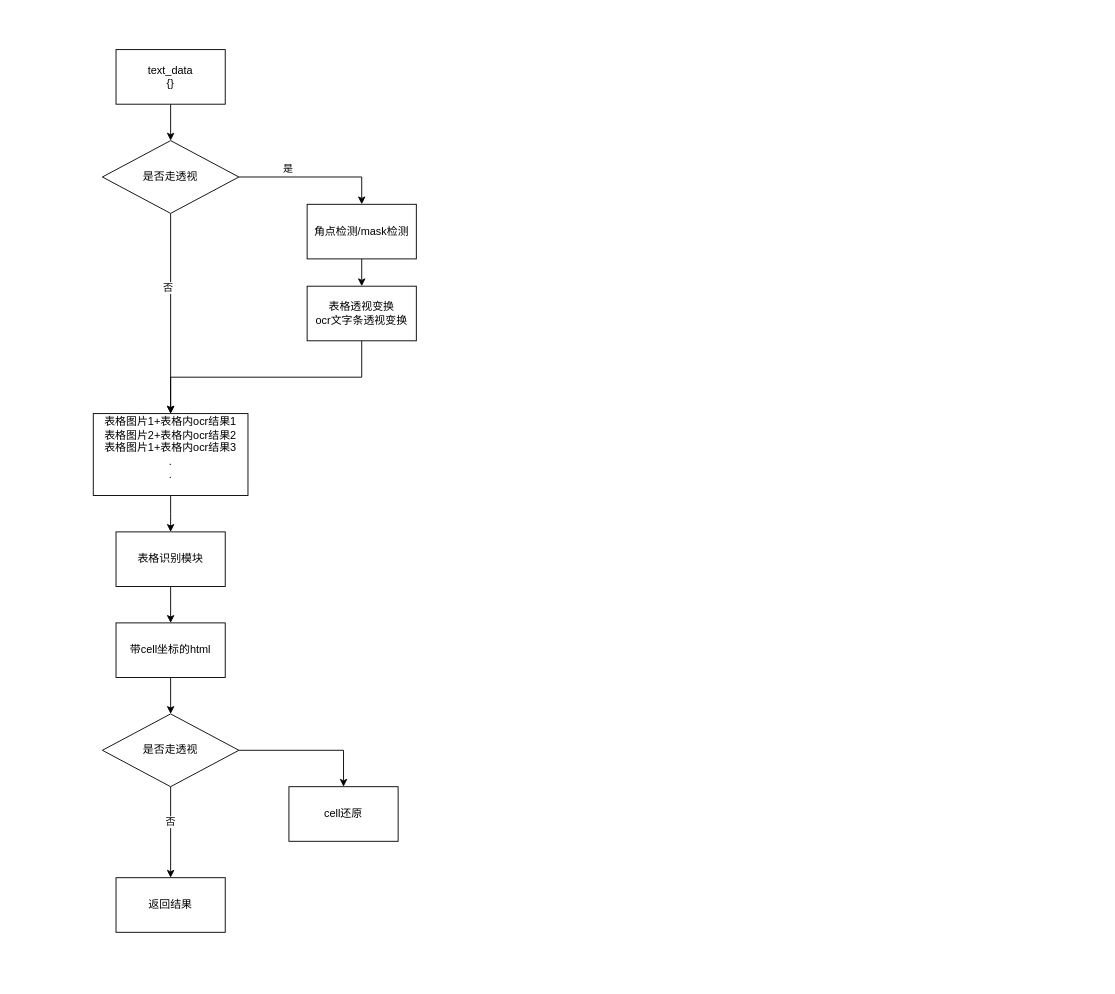
This is 表格流程图.drawio from archwolf118/AI, a draw.io file, before an edit. Source tidied: cells renumbered, new cells numbered last; positions are measured from the earlier drawing's top-left corner, leaving out a move shared by most shapes. Both pictures are drawn from the tidied source at 91%, with x=0, y=0 at pixel (93, 49).
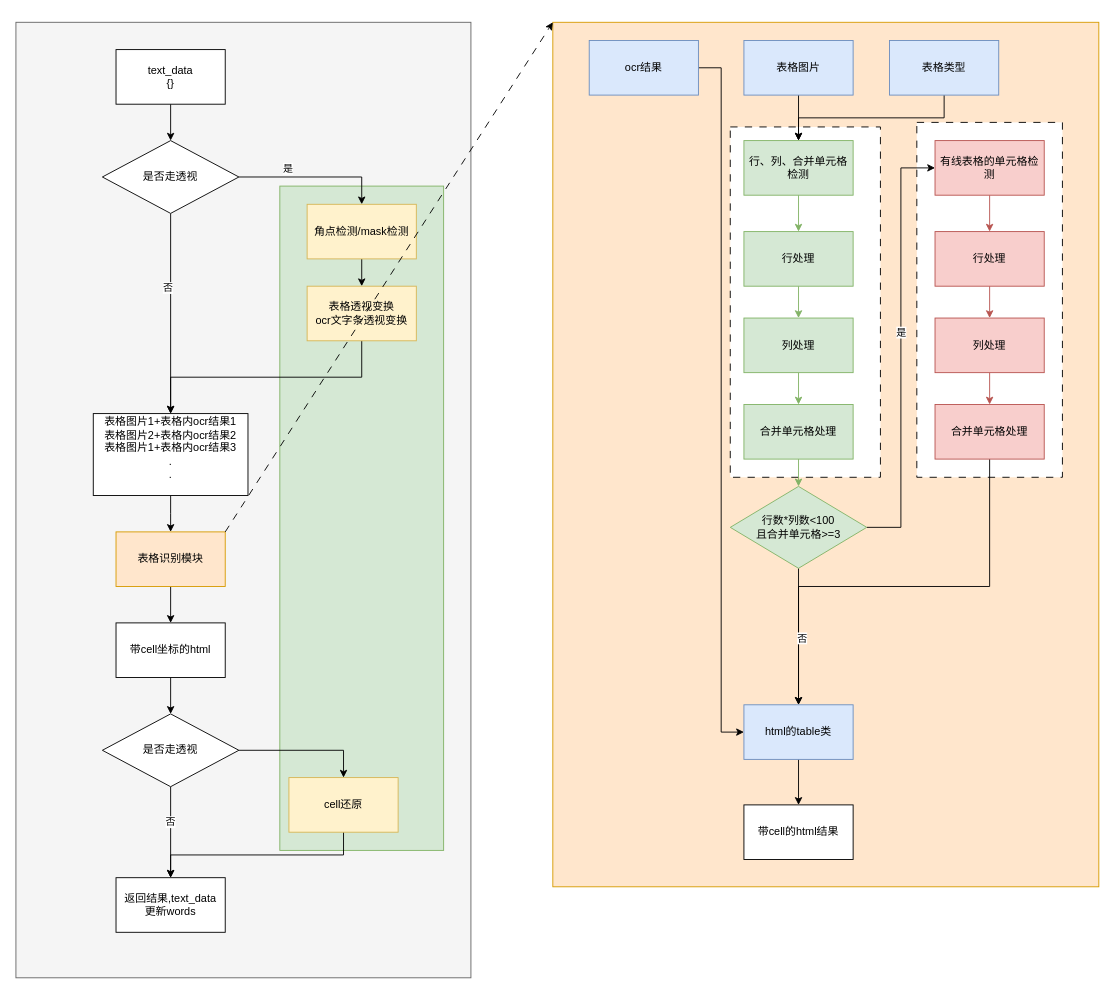
After the change.

Commit message:
更新表格流程图.drawio

Change to the diagram source:
```diff
@@
+    <mxCell id="25" style="rounded=0;whiteSpace=wrap;html=1;fillColor=#ffe6cc;strokeColor=#d79b00;" parent="1" vertex="1">
+      <mxGeometry x="505" y="-30" width="600" height="950" as="geometry" />
+    </mxCell>
+    <mxCell id="26" style="rounded=0;whiteSpace=wrap;html=1;dashed=1;dashPattern=8 8;" parent="1" vertex="1">
+      <mxGeometry x="905" y="80" width="160" height="390" as="geometry" />
+    </mxCell>
+    <mxCell id="27" style="rounded=0;whiteSpace=wrap;html=1;dashed=1;dashPattern=8 8;" parent="1" vertex="1">
+      <mxGeometry x="700" y="85" width="165" height="385" as="geometry" />
+    </mxCell>
+    <mxCell id="28" style="rounded=0;whiteSpace=wrap;html=1;fillColor=#f5f5f5;strokeColor=#666666;fontColor=#333333;" parent="1" vertex="1">
+      <mxGeometry x="-85" y="-30" width="500" height="1050" as="geometry" />
+    </mxCell>
+    <mxCell id="29" style="rounded=0;whiteSpace=wrap;html=1;fillColor=#d5e8d4;strokeColor=#82b366;" parent="1" vertex="1">
+      <mxGeometry x="205" y="150" width="180" height="730" as="geometry" />
+    </mxCell>
@@
-    <mxCell id="12" value="角点检测/mask检测" style="rounded=0;whiteSpace=wrap;html=1;" parent="1" vertex="1">
+    <mxCell id="12" value="角点检测/mask检测" style="rounded=0;whiteSpace=wrap;html=1;fillColor=#fff2cc;strokeColor=#d6b656;" parent="1" vertex="1">
       <mxGeometry x="235" y="170" width="120" height="60" as="geometry" />
     </mxCell>
@@
-    <mxCell id="14" value="表格透视变换&lt;br&gt;ocr文字条透视变换" style="rounded=0;whiteSpace=wrap;html=1;" parent="1" vertex="1">
+    <mxCell id="14" value="表格透视变换&lt;br&gt;ocr文字条透视变换" style="rounded=0;whiteSpace=wrap;html=1;fillColor=#fff2cc;strokeColor=#d6b656;" parent="1" vertex="1">
       <mxGeometry x="235" y="260" width="120" height="60" as="geometry" />
     </mxCell>
@@
-    <mxCell id="16" value="表格识别模块" style="rounded=0;whiteSpace=wrap;html=1;" parent="1" vertex="1">
+    <mxCell id="16" value="表格识别模块" style="rounded=0;whiteSpace=wrap;html=1;fillColor=#ffe6cc;strokeColor=#d79b00;" parent="1" vertex="1">
       <mxGeometry x="25" y="530" width="120" height="60" as="geometry" />
     </mxCell>
@@
+    <mxCell id="30" style="edgeStyle=orthogonalEdgeStyle;rounded=0;jettySize=auto;html=1;exitX=0.5;exitY=1;exitDx=0;exitDy=0;entryX=0.5;entryY=0;entryDx=0;entryDy=0;" parent="1" edge="1" source="23" target="24">
+      <mxGeometry relative="1" as="geometry" />
+    </mxCell>
-    <mxCell id="23" value="cell还原" style="rounded=0;whiteSpace=wrap;html=1;" parent="1" vertex="1">
-      <mxGeometry x="215" y="810" width="120" height="60" as="geometry" />
+    <mxCell id="23" value="cell还原" style="rounded=0;whiteSpace=wrap;html=1;fillColor=#fff2cc;strokeColor=#d6b656;" parent="1" vertex="1">
+      <mxGeometry x="215" y="800" width="120" height="60" as="geometry" />
     </mxCell>
-    <mxCell id="24" value="返回结果" style="rounded=0;whiteSpace=wrap;html=1;" parent="1" vertex="1">
+    <mxCell id="24" value="返回结果,text_data&lt;br&gt;更新words" style="rounded=0;whiteSpace=wrap;html=1;" parent="1" vertex="1">
       <mxGeometry x="25" y="910" width="120" height="60" as="geometry" />
     </mxCell>
+    <mxCell id="31" style="edgeStyle=orthogonalEdgeStyle;rounded=0;jettySize=auto;html=1;exitX=0.5;exitY=1;exitDx=0;exitDy=0;entryX=0.5;entryY=0;entryDx=0;entryDy=0;" parent="1" edge="1" source="32" target="34">
+      <mxGeometry relative="1" as="geometry" />
+    </mxCell>
+    <mxCell id="32" value="表格图片" style="rounded=0;whiteSpace=wrap;html=1;fillColor=#dae8fc;strokeColor=#6c8ebf;" parent="1" vertex="1">
+      <mxGeometry x="715" y="-10" width="120" height="60" as="geometry" />
+    </mxCell>
+    <mxCell id="33" style="edgeStyle=orthogonalEdgeStyle;rounded=0;jettySize=auto;html=1;exitX=0.5;exitY=1;exitDx=0;exitDy=0;entryX=0.5;entryY=0;entryDx=0;entryDy=0;fillColor=#d5e8d4;strokeColor=#82b366;" parent="1" edge="1" source="34" target="36">
+      <mxGeometry relative="1" as="geometry" />
+    </mxCell>
+    <mxCell id="34" value="行、列、合并单元格检测" style="rounded=0;whiteSpace=wrap;html=1;fillColor=#d5e8d4;strokeColor=#82b366;" parent="1" vertex="1">
+      <mxGeometry x="715" y="100" width="120" height="60" as="geometry" />
+    </mxCell>
+    <mxCell id="35" style="edgeStyle=orthogonalEdgeStyle;rounded=0;jettySize=auto;html=1;exitX=0.5;exitY=1;exitDx=0;exitDy=0;entryX=0.5;entryY=0;entryDx=0;entryDy=0;fillColor=#d5e8d4;strokeColor=#82b366;" parent="1" edge="1" source="36" target="38">
+      <mxGeometry relative="1" as="geometry" />
+    </mxCell>
+    <mxCell id="36" value="行处理" style="rounded=0;whiteSpace=wrap;html=1;fillColor=#d5e8d4;strokeColor=#82b366;" parent="1" vertex="1">
+      <mxGeometry x="715" y="200" width="120" height="60" as="geometry" />
+    </mxCell>
+    <mxCell id="37" style="edgeStyle=orthogonalEdgeStyle;rounded=0;jettySize=auto;html=1;exitX=0.5;exitY=1;exitDx=0;exitDy=0;entryX=0.5;entryY=0;entryDx=0;entryDy=0;fillColor=#d5e8d4;strokeColor=#82b366;" parent="1" edge="1" source="38" target="40">
+      <mxGeometry relative="1" as="geometry" />
+    </mxCell>
+    <mxCell id="38" value="列处理" style="rounded=0;whiteSpace=wrap;html=1;fillColor=#d5e8d4;strokeColor=#82b366;" parent="1" vertex="1">
+      <mxGeometry x="715" y="295" width="120" height="60" as="geometry" />
+    </mxCell>
+    <mxCell id="39" style="edgeStyle=orthogonalEdgeStyle;rounded=0;jettySize=auto;html=1;exitX=0.5;exitY=1;exitDx=0;exitDy=0;entryX=0.5;entryY=0;entryDx=0;entryDy=0;fillColor=#d5e8d4;strokeColor=#82b366;" parent="1" edge="1" source="40" target="44">
+      <mxGeometry relative="1" as="geometry" />
+    </mxCell>
+    <mxCell id="40" value="合并单元格处理" style="rounded=0;whiteSpace=wrap;html=1;fillColor=#d5e8d4;strokeColor=#82b366;" parent="1" vertex="1">
+      <mxGeometry x="715" y="390" width="120" height="60" as="geometry" />
+    </mxCell>
+    <mxCell id="41" style="edgeStyle=orthogonalEdgeStyle;rounded=0;jettySize=auto;html=1;exitX=1;exitY=0.5;exitDx=0;exitDy=0;entryX=0;entryY=0.5;entryDx=0;entryDy=0;" parent="1" edge="1" source="44" target="46">
+      <mxGeometry relative="1" as="geometry" />
+    </mxCell>
+    <mxCell id="42" value="是" style="edgeLabel;html=1;align=center;verticalAlign=middle;" parent="41" vertex="1">
+      <mxGeometry x="0.01" relative="1" as="geometry">
+        <mxPoint y="-15" as="offset" />
+      </mxGeometry>
+    </mxCell>
+    <mxCell id="43" style="edgeStyle=orthogonalEdgeStyle;rounded=0;jettySize=auto;html=1;exitX=0.5;exitY=1;exitDx=0;exitDy=0;entryX=0.5;entryY=0;entryDx=0;entryDy=0;" parent="1" edge="1" source="44" target="48">
+      <mxGeometry relative="1" as="geometry" />
+    </mxCell>
+    <mxCell id="44" value="行数*列数&amp;lt;100&lt;br&gt;且合并单元格&amp;gt;=3" style="rhombus;whiteSpace=wrap;html=1;fillColor=#d5e8d4;strokeColor=#82b366;" parent="1" vertex="1">
+      <mxGeometry x="700" y="480" width="150" height="90" as="geometry" />
+    </mxCell>
+    <mxCell id="45" style="edgeStyle=orthogonalEdgeStyle;rounded=0;jettySize=auto;html=1;exitX=0.5;exitY=1;exitDx=0;exitDy=0;entryX=0.5;entryY=0;entryDx=0;entryDy=0;fillColor=#f8cecc;strokeColor=#b85450;" parent="1" edge="1" source="46" target="50">
+      <mxGeometry relative="1" as="geometry" />
+    </mxCell>
+    <mxCell id="46" value="有线表格的单元格检测" style="rounded=0;whiteSpace=wrap;html=1;fillColor=#f8cecc;strokeColor=#b85450;" parent="1" vertex="1">
+      <mxGeometry x="925" y="100" width="120" height="60" as="geometry" />
+    </mxCell>
+    <mxCell id="47" style="edgeStyle=orthogonalEdgeStyle;rounded=0;jettySize=auto;html=1;exitX=0.5;exitY=1;exitDx=0;exitDy=0;entryX=0.5;entryY=0;entryDx=0;entryDy=0;" parent="1" edge="1" source="48" target="58">
+      <mxGeometry relative="1" as="geometry" />
+    </mxCell>
+    <mxCell id="48" value="html的table类" style="rounded=0;whiteSpace=wrap;html=1;fillColor=#dae8fc;strokeColor=#6c8ebf;" parent="1" vertex="1">
+      <mxGeometry x="715" y="720" width="120" height="60" as="geometry" />
+    </mxCell>
+    <mxCell id="49" style="edgeStyle=orthogonalEdgeStyle;rounded=0;jettySize=auto;html=1;exitX=0.5;exitY=1;exitDx=0;exitDy=0;entryX=0.5;entryY=0;entryDx=0;entryDy=0;fillColor=#f8cecc;strokeColor=#b85450;" parent="1" edge="1" source="50" target="52">
+      <mxGeometry relative="1" as="geometry" />
+    </mxCell>
+    <mxCell id="50" value="行处理" style="rounded=0;whiteSpace=wrap;html=1;fillColor=#f8cecc;strokeColor=#b85450;" parent="1" vertex="1">
+      <mxGeometry x="925" y="200" width="120" height="60" as="geometry" />
+    </mxCell>
+    <mxCell id="51" style="edgeStyle=orthogonalEdgeStyle;rounded=0;jettySize=auto;html=1;exitX=0.5;exitY=1;exitDx=0;exitDy=0;entryX=0.5;entryY=0;entryDx=0;entryDy=0;fillColor=#f8cecc;strokeColor=#b85450;" parent="1" edge="1" source="52" target="55">
+      <mxGeometry relative="1" as="geometry" />
+    </mxCell>
+    <mxCell id="52" value="列处理" style="rounded=0;whiteSpace=wrap;html=1;fillColor=#f8cecc;strokeColor=#b85450;" parent="1" vertex="1">
+      <mxGeometry x="925" y="295" width="120" height="60" as="geometry" />
+    </mxCell>
+    <mxCell id="53" style="edgeStyle=orthogonalEdgeStyle;rounded=0;jettySize=auto;html=1;exitX=0.5;exitY=1;exitDx=0;exitDy=0;entryX=0.5;entryY=0;entryDx=0;entryDy=0;" parent="1" edge="1" source="55" target="48">
+      <mxGeometry relative="1" as="geometry">
+        <Array as="points">
+          <mxPoint x="985" y="590" />
+          <mxPoint x="775" y="590" />
+        </Array>
+      </mxGeometry>
+    </mxCell>
+    <mxCell id="54" value="否" style="edgeLabel;html=1;align=center;verticalAlign=middle;" parent="53" vertex="1">
+      <mxGeometry x="0.69" y="3" relative="1" as="geometry" />
+    </mxCell>
+    <mxCell id="55" value="合并单元格处理" style="rounded=0;whiteSpace=wrap;html=1;fillColor=#f8cecc;strokeColor=#b85450;" parent="1" vertex="1">
+      <mxGeometry x="925" y="390" width="120" height="60" as="geometry" />
+    </mxCell>
+    <mxCell id="56" style="edgeStyle=orthogonalEdgeStyle;rounded=0;jettySize=auto;html=1;exitX=1;exitY=0.5;exitDx=0;exitDy=0;entryX=0;entryY=0.5;entryDx=0;entryDy=0;" parent="1" edge="1" source="57" target="48">
+      <mxGeometry relative="1" as="geometry" />
+    </mxCell>
+    <mxCell id="57" value="ocr结果" style="rounded=0;whiteSpace=wrap;html=1;fillColor=#dae8fc;strokeColor=#6c8ebf;" parent="1" vertex="1">
+      <mxGeometry x="545" y="-10" width="120" height="60" as="geometry" />
+    </mxCell>
+    <mxCell id="58" value="带cell的html结果" style="rounded=0;whiteSpace=wrap;html=1;" parent="1" vertex="1">
+      <mxGeometry x="715" y="830" width="120" height="60" as="geometry" />
+    </mxCell>
+    <mxCell id="59" style="endArrow=classic;html=1;rounded=0;exitX=1;exitY=0;exitDx=0;exitDy=0;entryX=0;entryY=0;entryDx=0;entryDy=0;dashed=1;dashPattern=8 8;" parent="1" edge="1" source="16" target="25">
+      <mxGeometry relative="1" as="geometry" />
+    </mxCell>
+    <mxCell id="60" style="edgeStyle=orthogonalEdgeStyle;rounded=0;jettySize=auto;html=1;exitX=0.5;exitY=1;exitDx=0;exitDy=0;entryX=0.5;entryY=0;entryDx=0;entryDy=0;" parent="1" edge="1" source="61" target="34">
+      <mxGeometry relative="1" as="geometry" />
+    </mxCell>
+    <mxCell id="61" value="表格类型" style="rounded=0;whiteSpace=wrap;html=1;fillColor=#dae8fc;strokeColor=#6c8ebf;" parent="1" vertex="1">
+      <mxGeometry x="875" y="-10" width="120" height="60" as="geometry" />
+    </mxCell>
```
